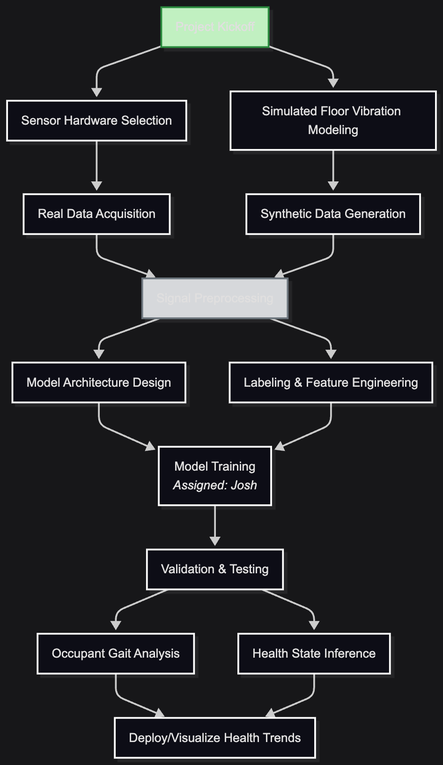
Earlier version of the Mermaid export roadMap/roadMap.png (iamtheeel/shake). Its source is kept beside it as roadMap/roadMap.mmd.
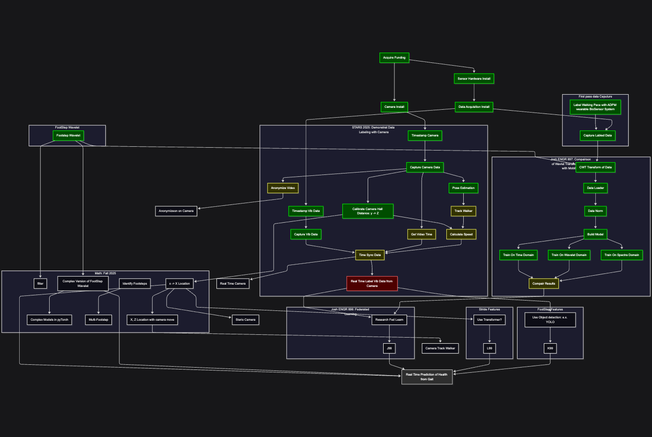
The same file after the commit.

What changed in the source:
```diff
@@ -143,6 +143,7 @@
 
     I3 --> X1[Camera Track Walker]
     H4 --> X2[Anonymizeon on Camera]
+    H5 --> X1[Invstigate Pose-Est Pacages]
     I2 --> X9[Sterio Camera]
     H7 --> X4[Real Time Camera]
 
```
